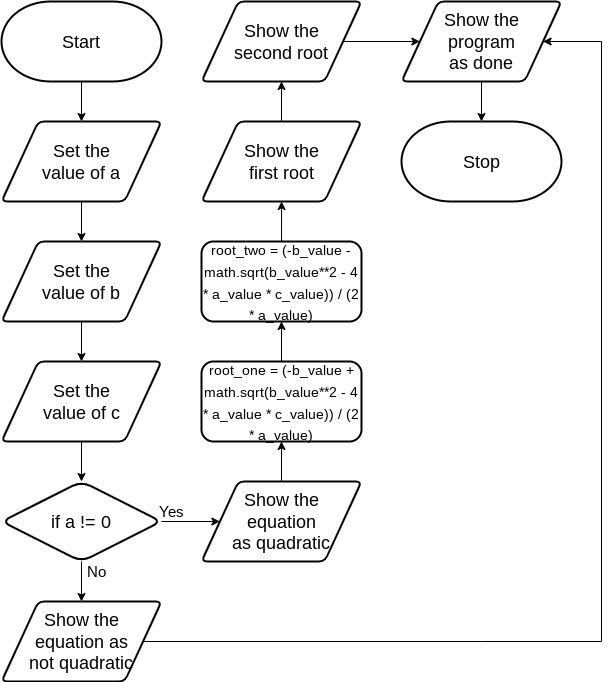
This is design/flowchart.png from CristianoSellitto/ICS3U-Assignment3-Python, a draw.io export, as it was before one commit. Source tidied: cells renumbered, new cells last; positions are measured from the earlier drawing's top-left corner, leaving out a move shared by most shapes.
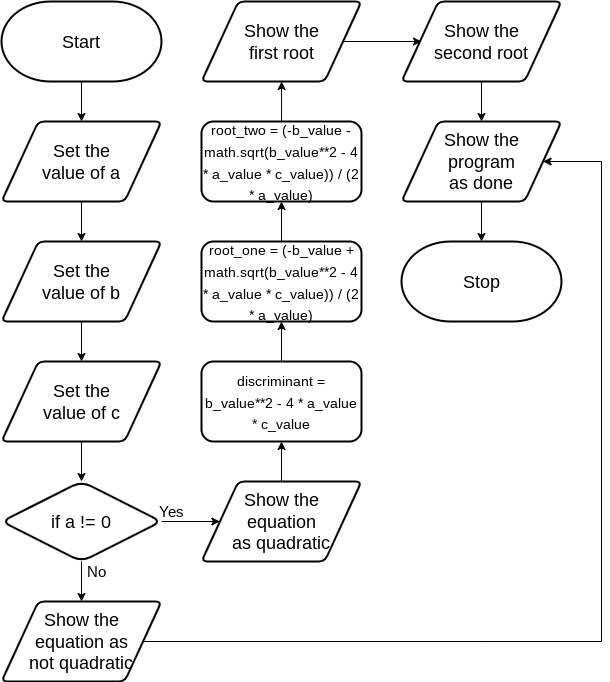
The same diagram one commit later.

Diff of the diagram source:
```diff
@@ -11,7 +11,7 @@
       <mxGeometry width="160" height="80" as="geometry" />
     </mxCell>
     <mxCell id="4" value="&lt;font style=&quot;font-size: 18px&quot;&gt;Stop&lt;/font&gt;" style="strokeWidth=2;html=1;shape=mxgraph.flowchart.terminator;whiteSpace=wrap;" parent="1" vertex="1">
-      <mxGeometry x="400" y="120" width="160" height="80" as="geometry" />
+      <mxGeometry x="400" y="240" width="160" height="80" as="geometry" />
     </mxCell>
     <mxCell id="5" style="edgeStyle=none;html=1;entryX=0.5;entryY=0;entryDx=0;entryDy=0;fontSize=18;" parent="1" edge="1">
       <mxGeometry relative="1" as="geometry">
@@ -23,7 +23,7 @@
       <mxGeometry relative="1" as="geometry" />
     </mxCell>
     <mxCell id="7" value="Show the &lt;br&gt;program &lt;br&gt;as done" style="shape=parallelogram;html=1;strokeWidth=2;perimeter=parallelogramPerimeter;whiteSpace=wrap;rounded=1;arcSize=12;size=0.23;fontSize=18;" parent="1" vertex="1">
-      <mxGeometry x="400" width="160" height="80" as="geometry" />
+      <mxGeometry x="400" y="120" width="160" height="80" as="geometry" />
     </mxCell>
     <mxCell id="8" value="Set the &lt;br&gt;value of a" style="shape=parallelogram;html=1;strokeWidth=2;perimeter=parallelogramPerimeter;whiteSpace=wrap;rounded=1;arcSize=12;size=0.23;fontSize=18;" parent="1" vertex="1">
       <mxGeometry y="120" width="160" height="80" as="geometry" />
@@ -63,7 +63,7 @@
         <Array as="points">
           <mxPoint x="480" y="640" />
           <mxPoint x="600" y="640" />
-          <mxPoint x="600" y="40" />
+          <mxPoint x="600" y="160" />
         </Array>
       </mxGeometry>
     </mxCell>
@@ -80,30 +80,38 @@
     </mxCell>
     <mxCell id="22" style="edgeStyle=none;rounded=0;html=1;entryX=0.438;entryY=1;entryDx=0;entryDy=0;fontSize=14;entryPerimeter=0;" parent="1" edge="1">
       <mxGeometry relative="1" as="geometry">
-        <mxPoint x="280" y="240" as="sourcePoint" />
-        <mxPoint x="280.1" y="200" as="targetPoint" />
+        <mxPoint x="280" y="120" as="sourcePoint" />
+        <mxPoint x="280.1" y="80" as="targetPoint" />
       </mxGeometry>
     </mxCell>
     <mxCell id="23" style="edgeStyle=none;html=1;entryX=0.5;entryY=1;entryDx=0;entryDy=0;fontSize=14;" parent="1" edge="1" source="24" target="25">
       <mxGeometry relative="1" as="geometry" />
     </mxCell>
     <mxCell id="24" value="&lt;font style=&quot;font-size: 14px&quot;&gt;root_one = (-b_value + math.sqrt(b_value**2 - 4 * a_value * c_value)) / (2 * a_value)&lt;/font&gt;" style="rounded=1;whiteSpace=wrap;html=1;strokeWidth=2;fontSize=18;" parent="1" vertex="1">
-      <mxGeometry x="200" y="360" width="160" height="80" as="geometry" />
+      <mxGeometry x="200" y="240" width="160" height="80" as="geometry" />
     </mxCell>
     <mxCell id="25" value="&lt;font style=&quot;font-size: 14px&quot;&gt;root_two = (-b_value - math.sqrt(b_value**2 - 4 * a_value * c_value)) / (2 * a_value)&lt;/font&gt;" style="rounded=1;whiteSpace=wrap;html=1;strokeWidth=2;fontSize=18;" parent="1" vertex="1">
-      <mxGeometry x="200" y="240" width="160" height="80" as="geometry" />
+      <mxGeometry x="200" y="120" width="160" height="80" as="geometry" />
     </mxCell>
-    <mxCell id="26" style="edgeStyle=none;html=1;entryX=0.5;entryY=1;entryDx=0;entryDy=0;fontSize=14;" parent="1" edge="1" source="27" target="29">
-      <mxGeometry relative="1" as="geometry" />
+    <mxCell id="26" style="edgeStyle=none;html=1;fontSize=14;" parent="1" edge="1" source="27">
+      <mxGeometry relative="1" as="geometry">
+        <mxPoint x="420" y="40" as="targetPoint" />
+      </mxGeometry>
     </mxCell>
     <mxCell id="27" value="Show the &lt;br&gt;first root" style="shape=parallelogram;html=1;strokeWidth=2;perimeter=parallelogramPerimeter;whiteSpace=wrap;rounded=1;arcSize=12;size=0.23;fontSize=18;" parent="1" vertex="1">
-      <mxGeometry x="200" y="120" width="160" height="80" as="geometry" />
+      <mxGeometry x="200" width="160" height="80" as="geometry" />
     </mxCell>
-    <mxCell id="28" style="edgeStyle=none;html=1;entryX=0;entryY=0.5;entryDx=0;entryDy=0;fontSize=14;" parent="1" edge="1" source="29" target="7">
+    <mxCell id="28" style="edgeStyle=none;html=1;entryX=0.5;entryY=0;entryDx=0;entryDy=0;fontSize=14;" parent="1" edge="1" source="29" target="7">
       <mxGeometry relative="1" as="geometry" />
     </mxCell>
     <mxCell id="29" value="Show the &lt;br&gt;second root" style="shape=parallelogram;html=1;strokeWidth=2;perimeter=parallelogramPerimeter;whiteSpace=wrap;rounded=1;arcSize=12;size=0.23;fontSize=18;" parent="1" vertex="1">
-      <mxGeometry x="200" width="160" height="80" as="geometry" />
+      <mxGeometry x="400" width="160" height="80" as="geometry" />
     </mxCell>
+    <mxCell id="30" style="edgeStyle=none;html=1;entryX=0.5;entryY=1;entryDx=0;entryDy=0;" parent="1" edge="1" source="31" target="24">
+      <mxGeometry relative="1" as="geometry" />
+    </mxCell>
+    <mxCell id="31" value="&lt;font style=&quot;font-size: 14px&quot;&gt;discriminant = b_value**2 - 4 * a_value * c_value&lt;/font&gt;" style="rounded=1;whiteSpace=wrap;html=1;strokeWidth=2;fontSize=18;" parent="1" vertex="1">
+      <mxGeometry x="200" y="360" width="160" height="80" as="geometry" />
+    </mxCell>
   </root>
 </mxGraphModel>
```
